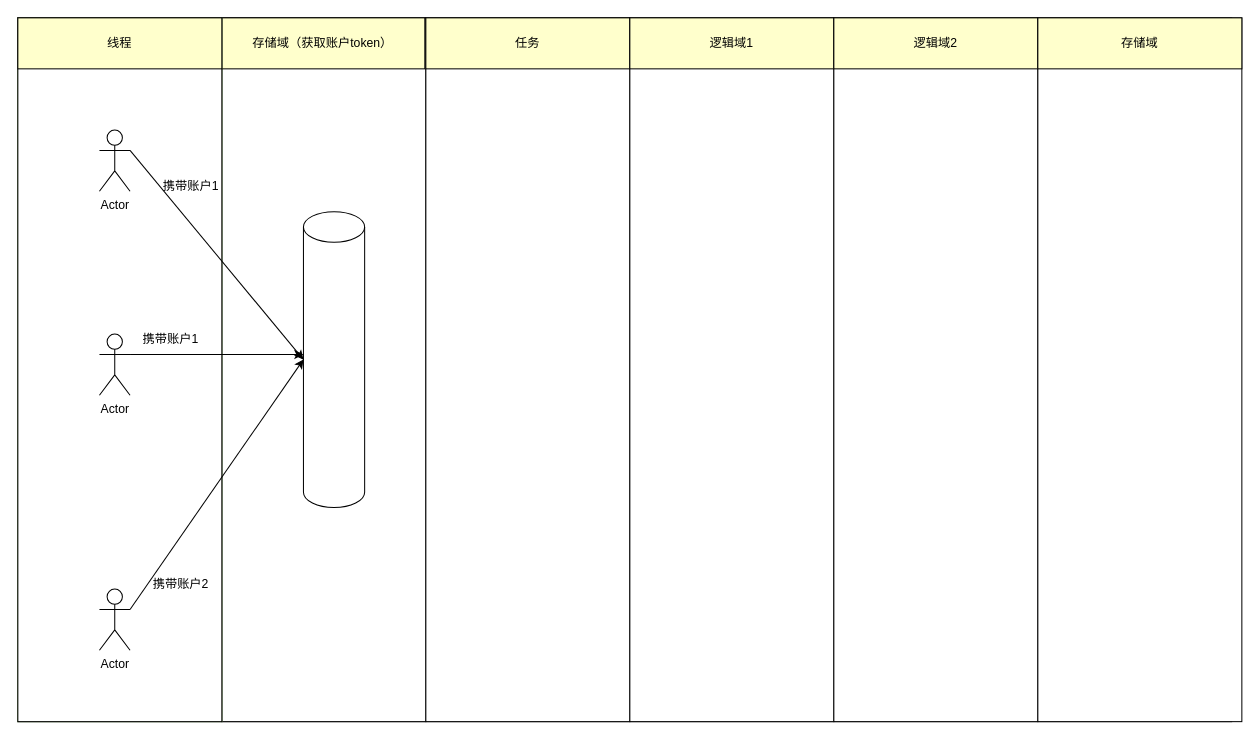
Earlier version of the draw.io diagram 未命名绘图.drawio (xccsoftware/bootStrap). Source tidied: cells renumbered, new cells numbered last; positions are measured from the earlier drawing's top-left corner, leaving out a move shared by most shapes. Both pictures are drawn from the tidied source at 102%, with x=0, y=0 at pixel (17, 17).
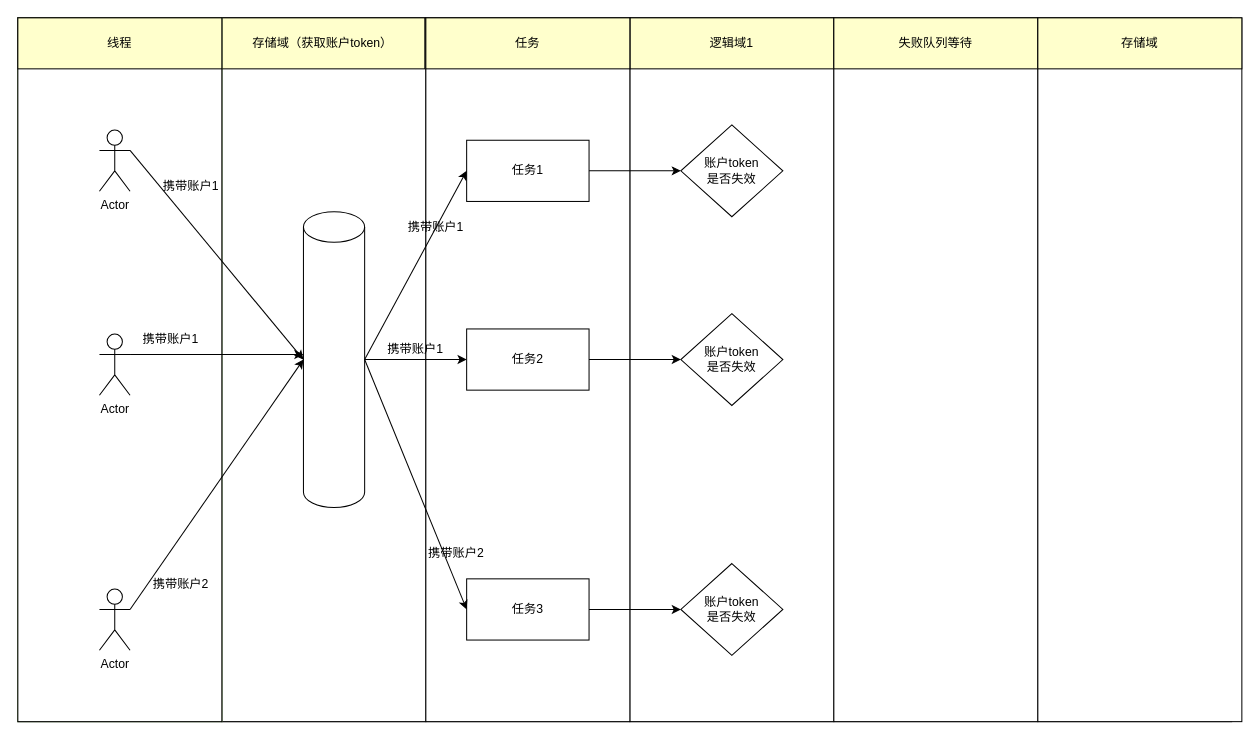
Above is the later version.

Commit message (it also covers changes not shown here):
更新未命名绘图.drawio

The change refers to these unchanged cells:
```xml
<mxCell id="6" style="shape=cylinder3;whiteSpace=wrap;html=1;boundedLbl=1;backgroundOutline=1;size=15;fillColor=#FFFFFF;gradientColor=none;" parent="3" vertex="1">
  <mxGeometry x="80" y="190" width="60" height="290" as="geometry" />
</mxCell>
<mxCell id="10" style="group;" parent="1" vertex="1">
  <mxGeometry x="600" width="200" height="690" as="geometry" />
</mxCell>
<mxCell id="13" style="group;" parent="1" vertex="1">
  <mxGeometry x="800" width="200" height="690" as="geometry" />
</mxCell>
```

What changed in the source:
```diff
@@
-    <mxCell id="7" style="group;" parent="1" vertex="1">
-      <mxGeometry x="400" width="200" height="690" as="geometry" />
-    </mxCell>
-    <mxCell id="8" style="rounded=0;whiteSpace=wrap;html=1;" parent="7" vertex="1">
-      <mxGeometry width="200" height="690" as="geometry" />
-    </mxCell>
-    <mxCell id="9" value="任务" style="rounded=0;whiteSpace=wrap;html=1;fillColor=#FFFFCC;" parent="7" vertex="1">
-      <mxGeometry width="200" height="50" as="geometry" />
-    </mxCell>
@@
+    <mxCell id="31" value="账户token&lt;br&gt;是否失效" style="rhombus;whiteSpace=wrap;html=1;fillColor=#FFFFFF;gradientColor=none;" parent="10" vertex="1">
+      <mxGeometry x="50" y="105" width="100" height="90" as="geometry" />
+    </mxCell>
+    <mxCell id="32" value="账户token&lt;br&gt;是否失效" style="rhombus;whiteSpace=wrap;html=1;fillColor=#FFFFFF;gradientColor=none;" parent="10" vertex="1">
+      <mxGeometry x="50" y="290" width="100" height="90" as="geometry" />
+    </mxCell>
+    <mxCell id="33" value="账户token&lt;br&gt;是否失效" style="rhombus;whiteSpace=wrap;html=1;fillColor=#FFFFFF;gradientColor=none;" parent="10" vertex="1">
+      <mxGeometry x="50" y="535" width="100" height="90" as="geometry" />
+    </mxCell>
@@
-    <mxCell id="15" value="逻辑域2" style="rounded=0;whiteSpace=wrap;html=1;fillColor=#FFFFCC;" parent="13" vertex="1">
+    <mxCell id="15" value="失败队列等待" style="rounded=0;whiteSpace=wrap;html=1;fillColor=#FFFFCC;" parent="13" vertex="1">
       <mxGeometry width="200" height="50" as="geometry" />
     </mxCell>
@@
+    <mxCell id="8" style="rounded=0;whiteSpace=wrap;html=1;" parent="1" vertex="1">
+      <mxGeometry x="400" width="200" height="690" as="geometry" />
+    </mxCell>
+    <mxCell id="9" value="任务" style="rounded=0;whiteSpace=wrap;html=1;fillColor=#FFFFCC;" parent="1" vertex="1">
+      <mxGeometry x="400" width="200" height="50" as="geometry" />
+    </mxCell>
+    <mxCell id="34" value="任务1" style="rounded=0;whiteSpace=wrap;html=1;fillColor=#FFFFFF;gradientColor=none;" parent="1" vertex="1">
+      <mxGeometry x="440" y="120" width="120" height="60" as="geometry" />
+    </mxCell>
+    <mxCell id="35" value="任务2" style="rounded=0;whiteSpace=wrap;html=1;fillColor=#FFFFFF;gradientColor=none;" parent="1" vertex="1">
+      <mxGeometry x="440" y="305" width="120" height="60" as="geometry" />
+    </mxCell>
+    <mxCell id="36" value="任务3" style="rounded=0;whiteSpace=wrap;html=1;fillColor=#FFFFFF;gradientColor=none;" parent="1" vertex="1">
+      <mxGeometry x="440" y="550" width="120" height="60" as="geometry" />
+    </mxCell>
+    <mxCell id="37" style="endArrow=classic;html=1;rounded=0;entryX=0;entryY=0.5;entryDx=0;entryDy=0;exitX=1;exitY=0.5;exitDx=0;exitDy=0;exitPerimeter=0;" parent="1" edge="1" source="6" target="34">
+      <mxGeometry relative="1" as="geometry" />
+    </mxCell>
+    <mxCell id="38" style="endArrow=classic;html=1;rounded=0;entryX=0;entryY=0.5;entryDx=0;entryDy=0;exitX=1;exitY=0.5;exitDx=0;exitDy=0;exitPerimeter=0;" parent="1" edge="1" source="6" target="35">
+      <mxGeometry relative="1" as="geometry" />
+    </mxCell>
+    <mxCell id="39" style="endArrow=classic;html=1;rounded=0;exitX=1;exitY=0.5;exitDx=0;exitDy=0;exitPerimeter=0;entryX=0;entryY=0.5;entryDx=0;entryDy=0;" parent="1" edge="1" source="6" target="36">
+      <mxGeometry relative="1" as="geometry" />
+    </mxCell>
+    <mxCell id="40" value="携带账户1" style="text;html=1;strokeColor=none;fillColor=none;align=center;verticalAlign=middle;whiteSpace=wrap;rounded=0;" parent="1" vertex="1">
+      <mxGeometry x="380" y="190" width="60" height="30" as="geometry" />
+    </mxCell>
+    <mxCell id="41" value="携带账户1" style="text;html=1;strokeColor=none;fillColor=none;align=center;verticalAlign=middle;whiteSpace=wrap;rounded=0;" parent="1" vertex="1">
+      <mxGeometry x="360" y="310" width="60" height="30" as="geometry" />
+    </mxCell>
+    <mxCell id="42" value="携带账户2" style="text;html=1;strokeColor=none;fillColor=none;align=center;verticalAlign=middle;whiteSpace=wrap;rounded=0;" parent="1" vertex="1">
+      <mxGeometry x="400" y="510" width="60" height="30" as="geometry" />
+    </mxCell>
+    <mxCell id="43" style="endArrow=classic;html=1;rounded=0;entryX=0;entryY=0.5;entryDx=0;entryDy=0;exitX=1;exitY=0.5;exitDx=0;exitDy=0;" parent="1" edge="1" source="34" target="31">
+      <mxGeometry relative="1" as="geometry" />
+    </mxCell>
+    <mxCell id="44" style="endArrow=classic;html=1;rounded=0;entryX=0;entryY=0.5;entryDx=0;entryDy=0;exitX=1;exitY=0.5;exitDx=0;exitDy=0;" parent="1" edge="1" source="35" target="32">
+      <mxGeometry relative="1" as="geometry" />
+    </mxCell>
+    <mxCell id="45" style="endArrow=classic;html=1;rounded=0;entryX=0;entryY=0.5;entryDx=0;entryDy=0;exitX=1;exitY=0.5;exitDx=0;exitDy=0;" parent="1" edge="1" source="36" target="33">
+      <mxGeometry relative="1" as="geometry" />
+    </mxCell>
```
